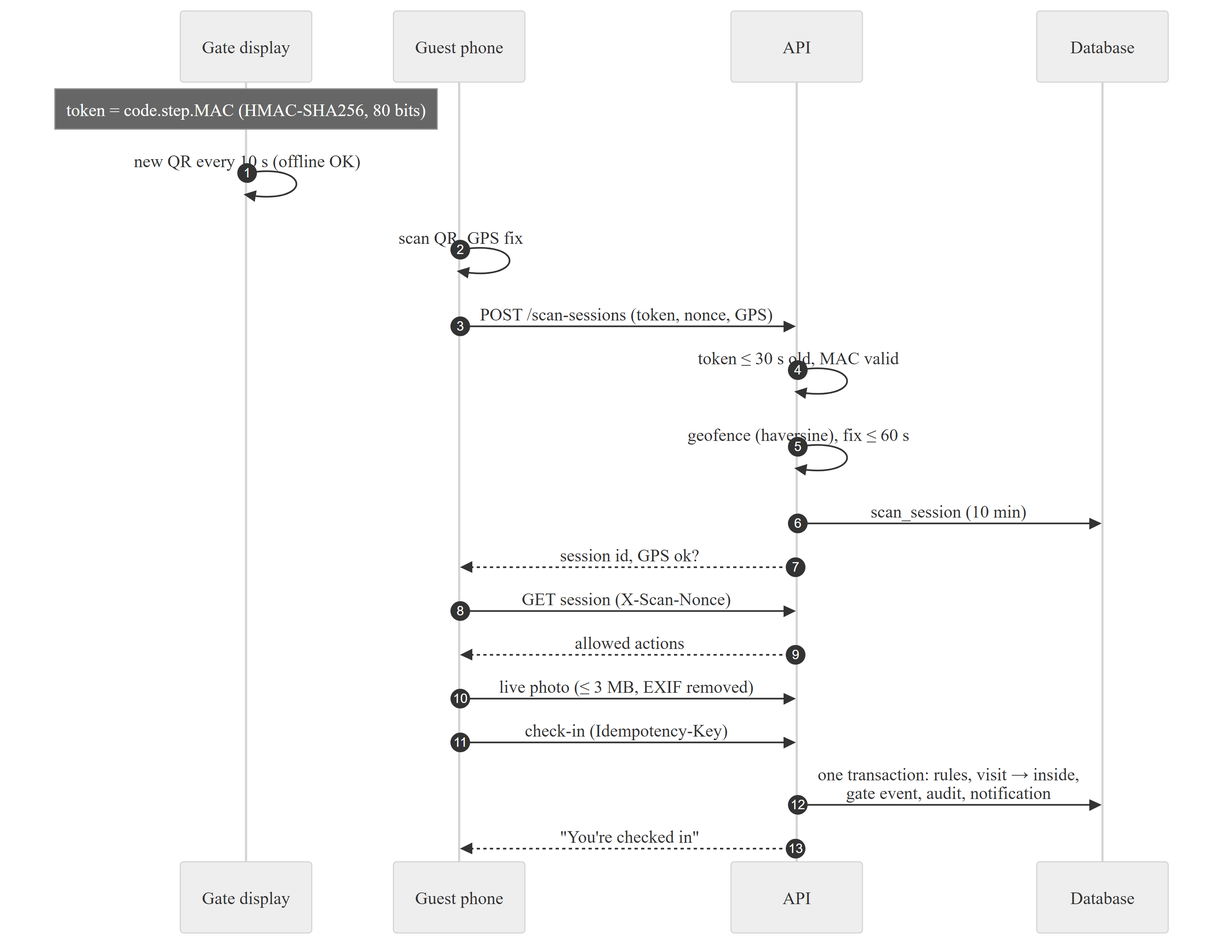
Above: docs/report/diagrams/gate-sequence.png in keeratpunia/HAVEN (Mermaid), before the change. Its source is kept beside it as docs/report/diagrams/gate-sequence.mmd.
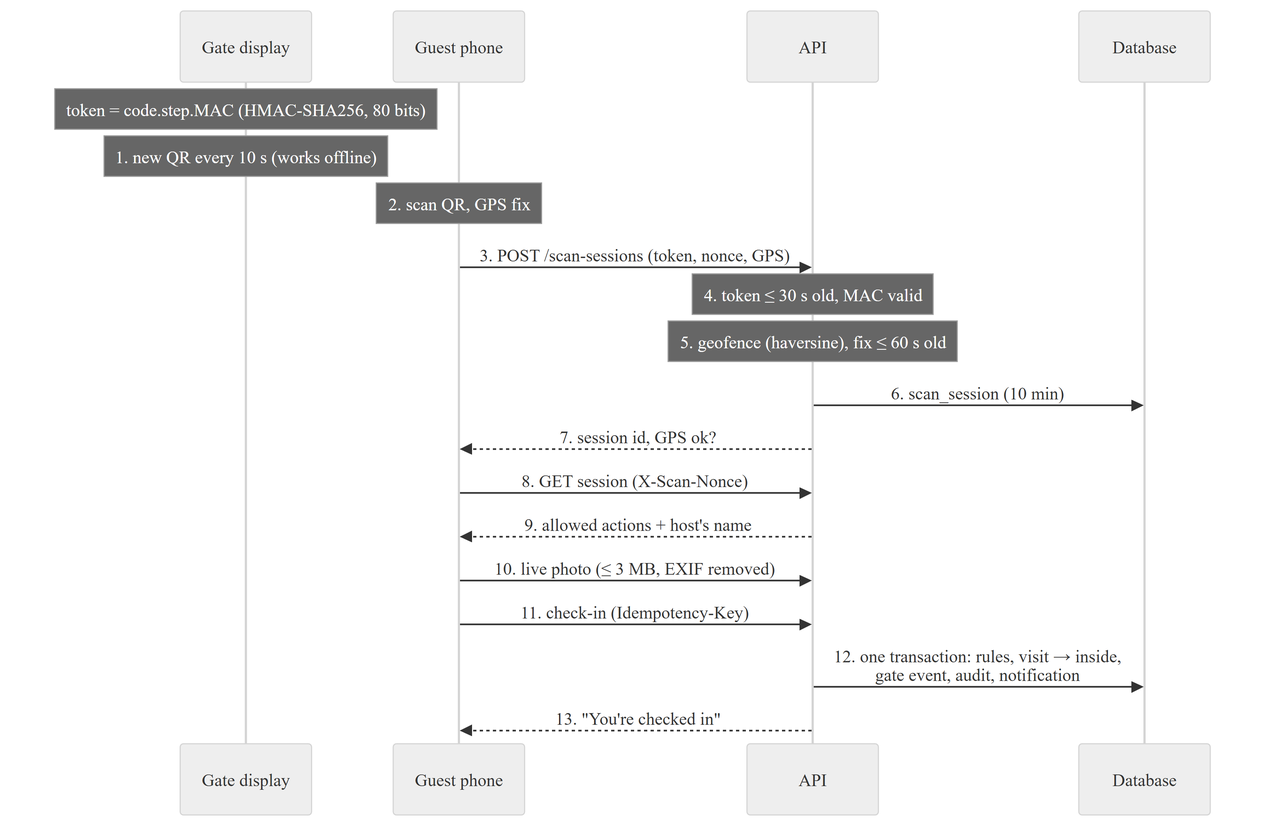
After the commit.

Diff of the diagram source:
```diff
@@ -1,20 +1,19 @@
 sequenceDiagram
-  autonumber
   participant D as Gate display
   participant P as Guest phone
   participant A as API
   participant DB as Database
   Note over D: token = code.step.MAC (HMAC-SHA256, 80 bits)
-  D->>D: new QR every 10 s (offline OK)
-  P->>P: scan QR, GPS fix
-  P->>A: POST /scan-sessions (token, nonce, GPS)
-  A->>A: token ≤ 30 s old, MAC valid
-  A->>A: geofence (haversine), fix ≤ 60 s
-  A->>DB: scan_session (10 min)
-  A-->>P: session id, GPS ok?
-  P->>A: GET session (X-Scan-Nonce)
-  A-->>P: allowed actions
-  P->>A: live photo (≤ 3 MB, EXIF removed)
-  P->>A: check-in (Idempotency-Key)
-  A->>DB: one transaction: rules, visit → inside,<br/>gate event, audit, notification
-  A-->>P: "You're checked in"
+  Note over D: 1. new QR every 10 s (works offline)
+  Note over P: 2. scan QR, GPS fix
+  P->>A: 3. POST /scan-sessions (token, nonce, GPS)
+  Note over A: 4. token ≤ 30 s old, MAC valid
+  Note over A: 5. geofence (haversine), fix ≤ 60 s old
+  A->>DB: 6. scan_session (10 min)
+  A-->>P: 7. session id, GPS ok?
+  P->>A: 8. GET session (X-Scan-Nonce)
+  A-->>P: 9. allowed actions + host's name
+  P->>A: 10. live photo (≤ 3 MB, EXIF removed)
+  P->>A: 11. check-in (Idempotency-Key)
+  A->>DB: 12. one transaction: rules, visit → inside,<br/>gate event, audit, notification
+  A-->>P: 13. "You're checked in"
```
